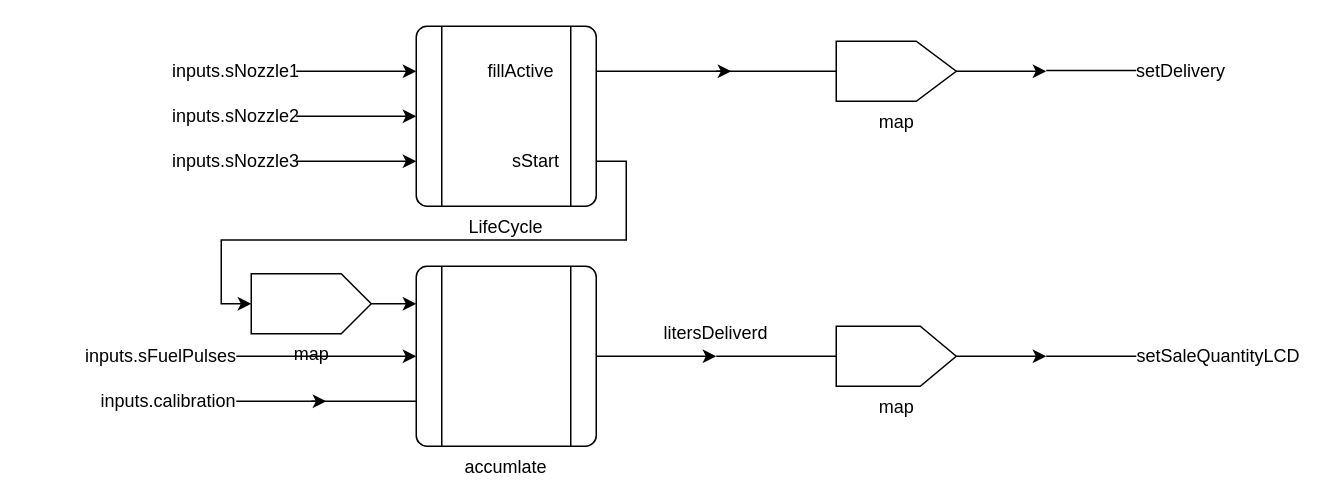
The draw.io diagram AccumulatePlusPump.drawio in suzuki-taro-29/FRP-chap4-diagrams, before the edit. Source tidied: cells renumbered, new cells numbered last; positions are measured from the earlier drawing's top-left corner, leaving out a move shared by most shapes. Both pictures are drawn from the tidied source at 150%, with x=0, y=0 at pixel (86, 26).
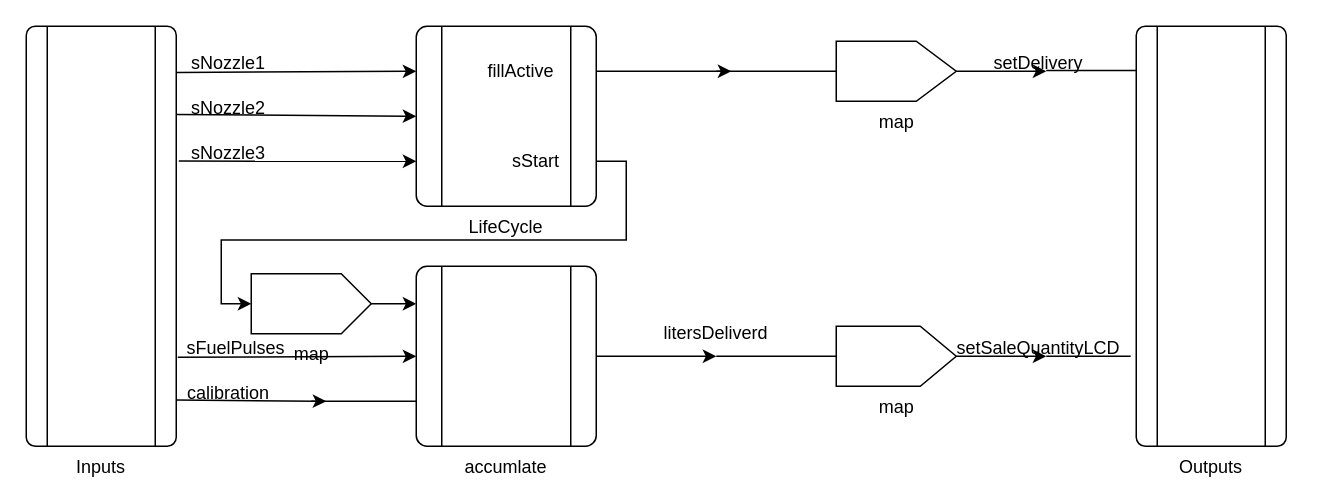
After the change.

Commit message:
AccumulatePlusPump.drawio を更新します

The change refers to these unchanged cells:
```xml
<mxCell id="10" value="accumlate" style="verticalLabelPosition=bottom;verticalAlign=top;html=1;shape=process;whiteSpace=wrap;rounded=1;size=0.14;arcSize=6;" parent="1" vertex="1">
  <mxGeometry x="220" y="160" width="120" height="120" as="geometry" />
</mxCell>
<mxCell id="15" value="LifeCycle" style="verticalLabelPosition=bottom;verticalAlign=top;html=1;shape=process;whiteSpace=wrap;rounded=1;size=0.14;arcSize=6;" parent="1" vertex="1">
  <mxGeometry x="220" width="120" height="120" as="geometry" />
</mxCell>
```

The edit, as a diff of the source:
```diff
@@
     <mxCell id="4" value="setDelivery" style="text;html=1;align=center;verticalAlign=middle;whiteSpace=wrap;rounded=0;" parent="1" vertex="1">
-      <mxGeometry x="700" y="15" width="60" height="30" as="geometry" />
+      <mxGeometry x="605" y="10" width="60" height="30" as="geometry" />
     </mxCell>
@@
     <mxCell id="7" value="setSaleQuantityLCD" style="text;html=1;align=center;verticalAlign=middle;whiteSpace=wrap;rounded=0;" parent="1" vertex="1">
-      <mxGeometry x="700" y="205" width="110" height="30" as="geometry" />
+      <mxGeometry x="580" y="200" width="110" height="30" as="geometry" />
     </mxCell>
-    <mxCell id="8" style="endArrow=none;html=1;rounded=0;entryX=0;entryY=0.5;entryDx=0;entryDy=0;" parent="1" edge="1" target="7">
+    <mxCell id="8" style="endArrow=none;html=1;rounded=0;entryX=-0.037;entryY=0.786;entryDx=0;entryDy=0;entryPerimeter=0;" parent="1" edge="1" target="35">
       <mxGeometry relative="1" as="geometry">
         <mxPoint x="640" y="220" as="sourcePoint" />
       </mxGeometry>
     </mxCell>
@@
-    <mxCell id="16" style="endArrow=classic;html=1;rounded=0;entryX=0;entryY=0.75;entryDx=0;entryDy=0;" parent="1" edge="1" target="15">
-      <mxGeometry relative="1" as="geometry">
-        <mxPoint x="140" y="90" as="sourcePoint" />
-      </mxGeometry>
+    <mxCell id="16" style="endArrow=classic;html=1;rounded=0;entryX=0;entryY=0.75;entryDx=0;entryDy=0;exitX=1.017;exitY=0.321;exitDx=0;exitDy=0;exitPerimeter=0;" parent="1" edge="1" source="34" target="15">
+      <mxGeometry relative="1" as="geometry" />
     </mxCell>
-    <mxCell id="17" style="endArrow=classic;html=1;rounded=0;entryX=0;entryY=0.5;entryDx=0;entryDy=0;" parent="1" edge="1" target="15">
-      <mxGeometry relative="1" as="geometry">
-        <mxPoint x="140" y="60" as="sourcePoint" />
-      </mxGeometry>
+    <mxCell id="17" style="endArrow=classic;html=1;rounded=0;entryX=0;entryY=0.5;entryDx=0;entryDy=0;exitX=1.003;exitY=0.21;exitDx=0;exitDy=0;exitPerimeter=0;" parent="1" edge="1" source="34" target="15">
+      <mxGeometry relative="1" as="geometry" />
     </mxCell>
-    <mxCell id="18" style="endArrow=classic;html=1;rounded=0;entryX=0;entryY=0.25;entryDx=0;entryDy=0;" parent="1" edge="1" target="15">
-      <mxGeometry relative="1" as="geometry">
-        <mxPoint x="140" y="30" as="sourcePoint" />
-      </mxGeometry>
+    <mxCell id="18" style="endArrow=classic;html=1;rounded=0;entryX=0;entryY=0.25;entryDx=0;entryDy=0;exitX=1.003;exitY=0.11;exitDx=0;exitDy=0;exitPerimeter=0;" parent="1" edge="1" source="34" target="15">
+      <mxGeometry relative="1" as="geometry" />
     </mxCell>
-    <mxCell id="19" value="inputs.sNozzle1" style="text;html=1;align=center;verticalAlign=middle;whiteSpace=wrap;rounded=0;" parent="1" vertex="1">
-      <mxGeometry x="60" y="15" width="80" height="30" as="geometry" />
+    <mxCell id="19" value="sNozzle1" style="text;html=1;align=center;verticalAlign=middle;whiteSpace=wrap;rounded=0;" parent="1" vertex="1">
+      <mxGeometry x="55" y="10" width="80" height="30" as="geometry" />
     </mxCell>
-    <mxCell id="20" value="inputs.sNozzle2" style="text;html=1;align=center;verticalAlign=middle;whiteSpace=wrap;rounded=0;" parent="1" vertex="1">
-      <mxGeometry x="60" y="45" width="80" height="30" as="geometry" />
+    <mxCell id="20" value="sNozzle2" style="text;html=1;align=center;verticalAlign=middle;whiteSpace=wrap;rounded=0;" parent="1" vertex="1">
+      <mxGeometry x="55" y="40" width="80" height="30" as="geometry" />
     </mxCell>
-    <mxCell id="21" value="inputs.sNozzle3" style="text;html=1;align=center;verticalAlign=middle;whiteSpace=wrap;rounded=0;" parent="1" vertex="1">
-      <mxGeometry x="60" y="75" width="80" height="30" as="geometry" />
+    <mxCell id="21" value="sNozzle3" style="text;html=1;align=center;verticalAlign=middle;whiteSpace=wrap;rounded=0;" parent="1" vertex="1">
+      <mxGeometry x="55" y="70" width="80" height="30" as="geometry" />
     </mxCell>
@@
-    <mxCell id="28" style="endArrow=classic;html=1;rounded=0;entryX=0;entryY=0.5;entryDx=0;entryDy=0;exitX=1;exitY=0.5;exitDx=0;exitDy=0;" parent="1" edge="1" source="29" target="10">
+    <mxCell id="28" style="endArrow=classic;html=1;rounded=0;entryX=0;entryY=0.5;entryDx=0;entryDy=0;exitX=1.01;exitY=0.788;exitDx=0;exitDy=0;exitPerimeter=0;" parent="1" edge="1" source="34" target="10">
       <mxGeometry relative="1" as="geometry" />
     </mxCell>
-    <mxCell id="29" value="inputs.sFuelPulses" style="text;html=1;align=center;verticalAlign=middle;whiteSpace=wrap;rounded=0;" parent="1" vertex="1">
-      <mxGeometry y="205" width="100" height="30" as="geometry" />
+    <mxCell id="29" value="sFuelPulses" style="text;html=1;align=center;verticalAlign=middle;whiteSpace=wrap;rounded=0;" parent="1" vertex="1">
+      <mxGeometry x="50" y="200" width="100" height="30" as="geometry" />
     </mxCell>
-    <mxCell id="30" style="endArrow=classic;html=1;rounded=0;" parent="1" edge="1">
+    <mxCell id="30" style="endArrow=classic;html=1;rounded=0;exitX=0.997;exitY=0.89;exitDx=0;exitDy=0;exitPerimeter=0;" parent="1" edge="1" source="34">
       <mxGeometry relative="1" as="geometry">
-        <mxPoint x="100" y="250" as="sourcePoint" />
         <mxPoint x="160" y="250" as="targetPoint" />
       </mxGeometry>
     </mxCell>
-    <mxCell id="31" value="inputs.calibration" style="text;html=1;align=center;verticalAlign=middle;whiteSpace=wrap;rounded=0;" parent="1" vertex="1">
-      <mxGeometry x="10" y="235" width="90" height="30" as="geometry" />
+    <mxCell id="31" value="calibration" style="text;html=1;align=center;verticalAlign=middle;whiteSpace=wrap;rounded=0;" parent="1" vertex="1">
+      <mxGeometry x="50" y="230" width="90" height="30" as="geometry" />
     </mxCell>
@@
+    <mxCell id="34" value="Inputs" style="verticalLabelPosition=bottom;verticalAlign=top;html=1;shape=process;whiteSpace=wrap;rounded=1;size=0.14;arcSize=6;" parent="1" vertex="1">
+      <mxGeometry x="-40" width="100" height="280" as="geometry" />
+    </mxCell>
+    <mxCell id="35" value="Outputs" style="verticalLabelPosition=bottom;verticalAlign=top;html=1;shape=process;whiteSpace=wrap;rounded=1;size=0.14;arcSize=6;" parent="1" vertex="1">
+      <mxGeometry x="700" width="100" height="280" as="geometry" />
+    </mxCell>
```
